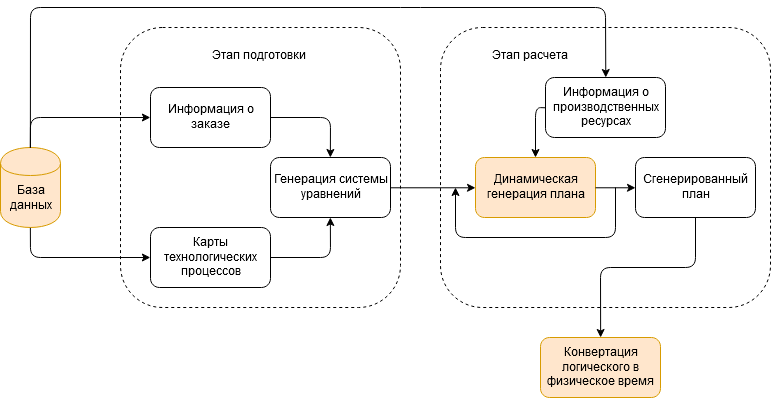
The draw.io diagram pics/imcoreDataflow.png in BarneyXF/DiplodocusDeBulbasaur, before a commit. Source tidied: cells renumbered, new cells last; positions are measured from the earlier drawing's top-left corner, leaving out a move shared by most shapes. The source it was exported from:
```xml
<mxGraphModel>
  <root>
    <mxCell id="0" />
    <mxCell id="1" parent="0" />
    <mxCell id="2" style="rounded=1;whiteSpace=wrap;html=1;dashed=1;" parent="1" vertex="1">
      <mxGeometry x="120" y="20" width="280" height="280" as="geometry" />
    </mxCell>
    <mxCell id="3" style="rounded=1;whiteSpace=wrap;html=1;dashed=1;" parent="1" vertex="1">
      <mxGeometry x="440" y="20" width="330" height="280" as="geometry" />
    </mxCell>
    <mxCell id="4" value="Информация о заказе" style="rounded=1;whiteSpace=wrap;html=1;" parent="1" vertex="1">
      <mxGeometry x="150" y="80" width="120" height="60" as="geometry" />
    </mxCell>
    <mxCell id="5" value="Карты технологических процессов" style="rounded=1;whiteSpace=wrap;html=1;" parent="1" vertex="1">
      <mxGeometry x="150" y="220" width="120" height="60" as="geometry" />
    </mxCell>
    <mxCell id="6" value="Генерация системы уравнений" style="rounded=1;whiteSpace=wrap;html=1;" parent="1" vertex="1">
      <mxGeometry x="270" y="150" width="120" height="60" as="geometry" />
    </mxCell>
    <mxCell id="7" style="endArrow=classic;html=1;exitX=1;exitY=0.5;exitDx=0;exitDy=0;entryX=0.5;entryY=0;entryDx=0;entryDy=0;" parent="1" edge="1" source="4" target="6">
      <mxGeometry relative="1" as="geometry">
        <Array as="points">
          <mxPoint x="330" y="110" />
        </Array>
      </mxGeometry>
    </mxCell>
    <mxCell id="8" style="endArrow=classic;html=1;exitX=1;exitY=0.5;exitDx=0;exitDy=0;entryX=0.5;entryY=1;entryDx=0;entryDy=0;" parent="1" edge="1" source="5" target="6">
      <mxGeometry relative="1" as="geometry">
        <Array as="points">
          <mxPoint x="330" y="250" />
        </Array>
      </mxGeometry>
    </mxCell>
    <mxCell id="9" value="Этап подготовки" style="text;html=1;align=left;verticalAlign=top;spacingTop=-4;" parent="1" vertex="1">
      <mxGeometry x="210" y="40" width="110" height="20" as="geometry" />
    </mxCell>
    <mxCell id="10" value="База данных" style="shape=cylinder;whiteSpace=wrap;html=1;boundedLbl=1;backgroundOutline=1;fillColor=#ffe6cc;strokeColor=#d79b00;" parent="1" vertex="1">
      <mxGeometry y="140" width="60" height="80" as="geometry" />
    </mxCell>
    <mxCell id="11" style="endArrow=classic;html=1;exitX=0.5;exitY=0;exitDx=0;exitDy=0;entryX=0;entryY=0.5;entryDx=0;entryDy=0;" parent="1" edge="1" source="10" target="4">
      <mxGeometry relative="1" as="geometry">
        <Array as="points">
          <mxPoint x="30" y="110" />
        </Array>
      </mxGeometry>
    </mxCell>
    <mxCell id="12" style="endArrow=classic;html=1;exitX=0.5;exitY=1;exitDx=0;exitDy=0;entryX=0;entryY=0.5;entryDx=0;entryDy=0;" parent="1" edge="1" source="10" target="5">
      <mxGeometry relative="1" as="geometry">
        <Array as="points">
          <mxPoint x="30" y="250" />
        </Array>
      </mxGeometry>
    </mxCell>
    <mxCell id="13" style="endArrow=classic;html=1;exitX=1;exitY=0.5;exitDx=0;exitDy=0;entryX=0;entryY=0.5;entryDx=0;entryDy=0;" parent="1" edge="1" source="6" target="17">
      <mxGeometry relative="1" as="geometry" />
    </mxCell>
    <mxCell id="14" style="endArrow=classic;html=1;exitX=0.5;exitY=0;exitDx=0;exitDy=0;entryX=0.5;entryY=0;entryDx=0;entryDy=0;" parent="1" edge="1" source="10" target="15">
      <mxGeometry relative="1" as="geometry">
        <Array as="points">
          <mxPoint x="30" />
          <mxPoint x="410" />
          <mxPoint x="605" />
        </Array>
      </mxGeometry>
    </mxCell>
    <mxCell id="15" value="Информация о производственных ресурсах" style="rounded=1;whiteSpace=wrap;html=1;" parent="1" vertex="1">
      <mxGeometry x="545" y="70" width="120" height="60" as="geometry" />
    </mxCell>
    <mxCell id="16" value="Этап расчета" style="text;html=1;align=left;verticalAlign=top;spacingTop=-4;" parent="1" vertex="1">
      <mxGeometry x="490" y="40" width="90" height="20" as="geometry" />
    </mxCell>
    <mxCell id="17" value="Динамическая генерация плана" style="rounded=1;whiteSpace=wrap;html=1;fillColor=#ffe6cc;strokeColor=#d79b00;" parent="1" vertex="1">
      <mxGeometry x="475" y="150" width="120" height="60" as="geometry" />
    </mxCell>
    <mxCell id="18" value="Сгенерированный план" style="rounded=1;whiteSpace=wrap;html=1;" parent="1" vertex="1">
      <mxGeometry x="635" y="150" width="120" height="60" as="geometry" />
    </mxCell>
    <mxCell id="19" style="endArrow=classic;html=1;exitX=1;exitY=0.5;exitDx=0;exitDy=0;entryX=0;entryY=0.5;entryDx=0;entryDy=0;" parent="1" edge="1" source="17" target="18">
      <mxGeometry relative="1" as="geometry" />
    </mxCell>
    <mxCell id="20" style="endArrow=classic;html=1;" parent="1" edge="1">
      <mxGeometry relative="1" as="geometry">
        <mxPoint x="615" y="180" as="sourcePoint" />
        <mxPoint x="455" y="180" as="targetPoint" />
        <Array as="points">
          <mxPoint x="615" y="230" />
          <mxPoint x="455" y="230" />
        </Array>
      </mxGeometry>
    </mxCell>
    <mxCell id="21" style="endArrow=classic;html=1;exitX=0;exitY=0.5;exitDx=0;exitDy=0;entryX=0.5;entryY=0;entryDx=0;entryDy=0;" parent="1" edge="1" source="15" target="17">
      <mxGeometry relative="1" as="geometry">
        <Array as="points">
          <mxPoint x="535" y="100" />
        </Array>
      </mxGeometry>
    </mxCell>
    <mxCell id="22" value="Конвертация логического в физическое время" style="rounded=1;whiteSpace=wrap;html=1;fillColor=#ffe6cc;strokeColor=#d79b00;" parent="1" vertex="1">
      <mxGeometry x="540" y="330" width="120" height="60" as="geometry" />
    </mxCell>
    <mxCell id="23" style="endArrow=classic;html=1;exitX=0.5;exitY=1;exitDx=0;exitDy=0;entryX=0.5;entryY=0;entryDx=0;entryDy=0;" parent="1" edge="1" source="18" target="22">
      <mxGeometry relative="1" as="geometry">
        <Array as="points">
          <mxPoint x="695" y="260" />
          <mxPoint x="600" y="260" />
        </Array>
      </mxGeometry>
    </mxCell>
  </root>
</mxGraphModel>
```
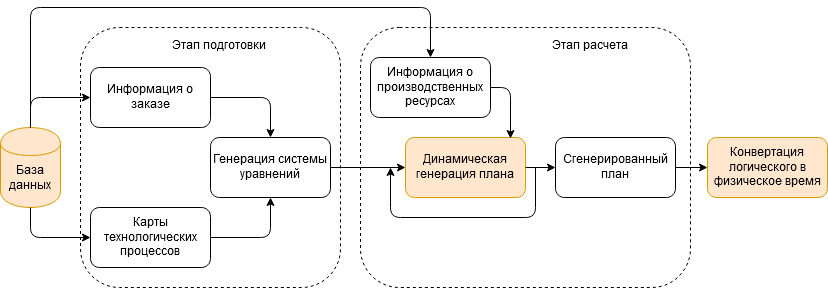
The same diagram one commit later.

Change to the diagram source:
```diff
@@ -3,108 +3,103 @@
     <mxCell id="0" />
     <mxCell id="1" parent="0" />
     <mxCell id="2" style="rounded=1;whiteSpace=wrap;html=1;dashed=1;" parent="1" vertex="1">
-      <mxGeometry x="120" y="20" width="280" height="280" as="geometry" />
+      <mxGeometry x="120" y="40" width="260" height="260" as="geometry" />
     </mxCell>
     <mxCell id="3" style="rounded=1;whiteSpace=wrap;html=1;dashed=1;" parent="1" vertex="1">
-      <mxGeometry x="440" y="20" width="330" height="280" as="geometry" />
+      <mxGeometry x="400" y="40" width="330" height="260" as="geometry" />
     </mxCell>
     <mxCell id="4" value="Информация о заказе" style="rounded=1;whiteSpace=wrap;html=1;" parent="1" vertex="1">
-      <mxGeometry x="150" y="80" width="120" height="60" as="geometry" />
+      <mxGeometry x="130" y="80" width="120" height="60" as="geometry" />
     </mxCell>
     <mxCell id="5" value="Карты технологических процессов" style="rounded=1;whiteSpace=wrap;html=1;" parent="1" vertex="1">
-      <mxGeometry x="150" y="220" width="120" height="60" as="geometry" />
+      <mxGeometry x="130" y="220" width="120" height="60" as="geometry" />
     </mxCell>
     <mxCell id="6" value="Генерация системы уравнений" style="rounded=1;whiteSpace=wrap;html=1;" parent="1" vertex="1">
-      <mxGeometry x="270" y="150" width="120" height="60" as="geometry" />
+      <mxGeometry x="250" y="150" width="120" height="60" as="geometry" />
     </mxCell>
     <mxCell id="7" style="endArrow=classic;html=1;exitX=1;exitY=0.5;exitDx=0;exitDy=0;entryX=0.5;entryY=0;entryDx=0;entryDy=0;" parent="1" edge="1" source="4" target="6">
       <mxGeometry relative="1" as="geometry">
         <Array as="points">
-          <mxPoint x="330" y="110" />
+          <mxPoint x="310" y="110" />
         </Array>
       </mxGeometry>
     </mxCell>
     <mxCell id="8" style="endArrow=classic;html=1;exitX=1;exitY=0.5;exitDx=0;exitDy=0;entryX=0.5;entryY=1;entryDx=0;entryDy=0;" parent="1" edge="1" source="5" target="6">
       <mxGeometry relative="1" as="geometry">
         <Array as="points">
-          <mxPoint x="330" y="250" />
+          <mxPoint x="310" y="250" />
         </Array>
       </mxGeometry>
     </mxCell>
     <mxCell id="9" value="Этап подготовки" style="text;html=1;align=left;verticalAlign=top;spacingTop=-4;" parent="1" vertex="1">
-      <mxGeometry x="210" y="40" width="110" height="20" as="geometry" />
+      <mxGeometry x="210" y="50" width="110" height="20" as="geometry" />
     </mxCell>
     <mxCell id="10" value="База данных" style="shape=cylinder;whiteSpace=wrap;html=1;boundedLbl=1;backgroundOutline=1;fillColor=#ffe6cc;strokeColor=#d79b00;" parent="1" vertex="1">
-      <mxGeometry y="140" width="60" height="80" as="geometry" />
+      <mxGeometry x="40" y="140" width="60" height="80" as="geometry" />
     </mxCell>
     <mxCell id="11" style="endArrow=classic;html=1;exitX=0.5;exitY=0;exitDx=0;exitDy=0;entryX=0;entryY=0.5;entryDx=0;entryDy=0;" parent="1" edge="1" source="10" target="4">
       <mxGeometry relative="1" as="geometry">
         <Array as="points">
-          <mxPoint x="30" y="110" />
+          <mxPoint x="70" y="110" />
         </Array>
       </mxGeometry>
     </mxCell>
     <mxCell id="12" style="endArrow=classic;html=1;exitX=0.5;exitY=1;exitDx=0;exitDy=0;entryX=0;entryY=0.5;entryDx=0;entryDy=0;" parent="1" edge="1" source="10" target="5">
       <mxGeometry relative="1" as="geometry">
         <Array as="points">
-          <mxPoint x="30" y="250" />
+          <mxPoint x="70" y="250" />
         </Array>
       </mxGeometry>
     </mxCell>
     <mxCell id="13" style="endArrow=classic;html=1;exitX=1;exitY=0.5;exitDx=0;exitDy=0;entryX=0;entryY=0.5;entryDx=0;entryDy=0;" parent="1" edge="1" source="6" target="17">
       <mxGeometry relative="1" as="geometry" />
     </mxCell>
-    <mxCell id="14" style="endArrow=classic;html=1;exitX=0.5;exitY=0;exitDx=0;exitDy=0;entryX=0.5;entryY=0;entryDx=0;entryDy=0;" parent="1" edge="1" source="10" target="15">
+    <mxCell id="14" style="endArrow=classic;html=1;entryX=0.5;entryY=0;entryDx=0;entryDy=0;" parent="1" edge="1" target="15">
       <mxGeometry relative="1" as="geometry">
+        <mxPoint x="70" y="140" as="sourcePoint" />
         <Array as="points">
-          <mxPoint x="30" />
-          <mxPoint x="410" />
-          <mxPoint x="605" />
+          <mxPoint x="70" y="20" />
+          <mxPoint x="470" y="20" />
         </Array>
       </mxGeometry>
     </mxCell>
     <mxCell id="15" value="Информация о производственных ресурсах" style="rounded=1;whiteSpace=wrap;html=1;" parent="1" vertex="1">
-      <mxGeometry x="545" y="70" width="120" height="60" as="geometry" />
+      <mxGeometry x="410" y="70" width="120" height="60" as="geometry" />
     </mxCell>
     <mxCell id="16" value="Этап расчета" style="text;html=1;align=left;verticalAlign=top;spacingTop=-4;" parent="1" vertex="1">
-      <mxGeometry x="490" y="40" width="90" height="20" as="geometry" />
+      <mxGeometry x="590" y="50" width="90" height="20" as="geometry" />
     </mxCell>
     <mxCell id="17" value="Динамическая генерация плана" style="rounded=1;whiteSpace=wrap;html=1;fillColor=#ffe6cc;strokeColor=#d79b00;" parent="1" vertex="1">
-      <mxGeometry x="475" y="150" width="120" height="60" as="geometry" />
+      <mxGeometry x="445" y="150" width="120" height="60" as="geometry" />
     </mxCell>
     <mxCell id="18" value="Сгенерированный план" style="rounded=1;whiteSpace=wrap;html=1;" parent="1" vertex="1">
-      <mxGeometry x="635" y="150" width="120" height="60" as="geometry" />
+      <mxGeometry x="595" y="150" width="120" height="60" as="geometry" />
     </mxCell>
     <mxCell id="19" style="endArrow=classic;html=1;exitX=1;exitY=0.5;exitDx=0;exitDy=0;entryX=0;entryY=0.5;entryDx=0;entryDy=0;" parent="1" edge="1" source="17" target="18">
       <mxGeometry relative="1" as="geometry" />
     </mxCell>
     <mxCell id="20" style="endArrow=classic;html=1;" parent="1" edge="1">
       <mxGeometry relative="1" as="geometry">
-        <mxPoint x="615" y="180" as="sourcePoint" />
-        <mxPoint x="455" y="180" as="targetPoint" />
+        <mxPoint x="575" y="180" as="sourcePoint" />
+        <mxPoint x="430" y="180" as="targetPoint" />
         <Array as="points">
-          <mxPoint x="615" y="230" />
-          <mxPoint x="455" y="230" />
+          <mxPoint x="575" y="230" />
+          <mxPoint x="430" y="230" />
         </Array>
       </mxGeometry>
     </mxCell>
-    <mxCell id="21" style="endArrow=classic;html=1;exitX=0;exitY=0.5;exitDx=0;exitDy=0;entryX=0.5;entryY=0;entryDx=0;entryDy=0;" parent="1" edge="1" source="15" target="17">
+    <mxCell id="21" style="endArrow=classic;html=1;entryX=0.875;entryY=0.017;entryDx=0;entryDy=0;entryPerimeter=0;exitX=1;exitY=0.5;exitDx=0;exitDy=0;" parent="1" edge="1" source="15" target="17">
       <mxGeometry relative="1" as="geometry">
         <Array as="points">
-          <mxPoint x="535" y="100" />
+          <mxPoint x="550" y="100" />
         </Array>
       </mxGeometry>
     </mxCell>
     <mxCell id="22" value="Конвертация логического в физическое время" style="rounded=1;whiteSpace=wrap;html=1;fillColor=#ffe6cc;strokeColor=#d79b00;" parent="1" vertex="1">
-      <mxGeometry x="540" y="330" width="120" height="60" as="geometry" />
+      <mxGeometry x="747" y="150" width="120" height="60" as="geometry" />
     </mxCell>
-    <mxCell id="23" style="endArrow=classic;html=1;exitX=0.5;exitY=1;exitDx=0;exitDy=0;entryX=0.5;entryY=0;entryDx=0;entryDy=0;" parent="1" edge="1" source="18" target="22">
-      <mxGeometry relative="1" as="geometry">
-        <Array as="points">
-          <mxPoint x="695" y="260" />
-          <mxPoint x="600" y="260" />
-        </Array>
-      </mxGeometry>
+    <mxCell id="23" style="endArrow=classic;html=1;exitX=1;exitY=0.5;exitDx=0;exitDy=0;entryX=0;entryY=0.5;entryDx=0;entryDy=0;" parent="1" edge="1" source="18" target="22">
+      <mxGeometry relative="1" as="geometry" />
     </mxCell>
   </root>
 </mxGraphModel>
```
